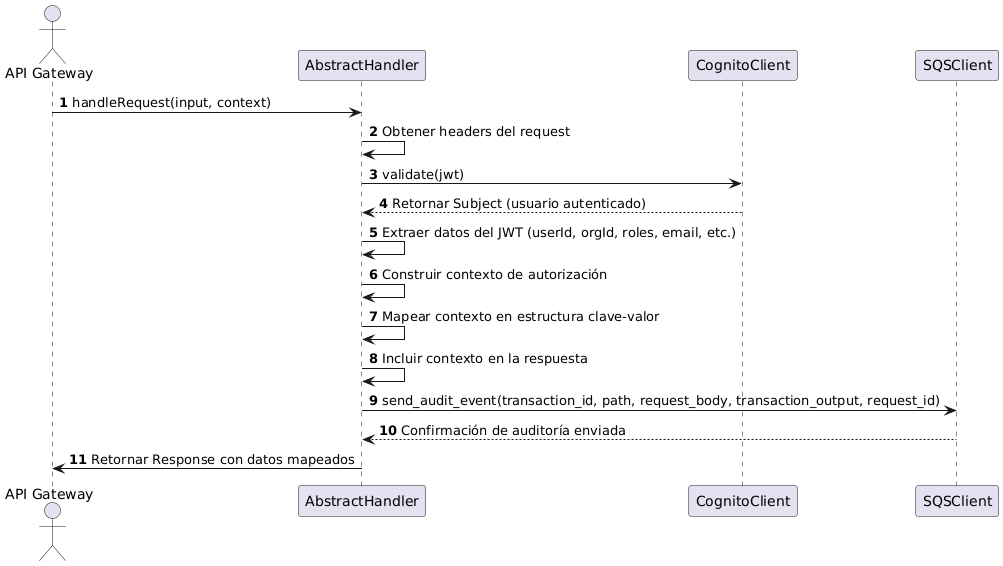
This is plant-uml/authorizer-lambdas/without-avp-roles/lambda-authorizer-handler.png from Jiliar/arch-coto-diagrams, a PlantUML export, as it was before one commit.
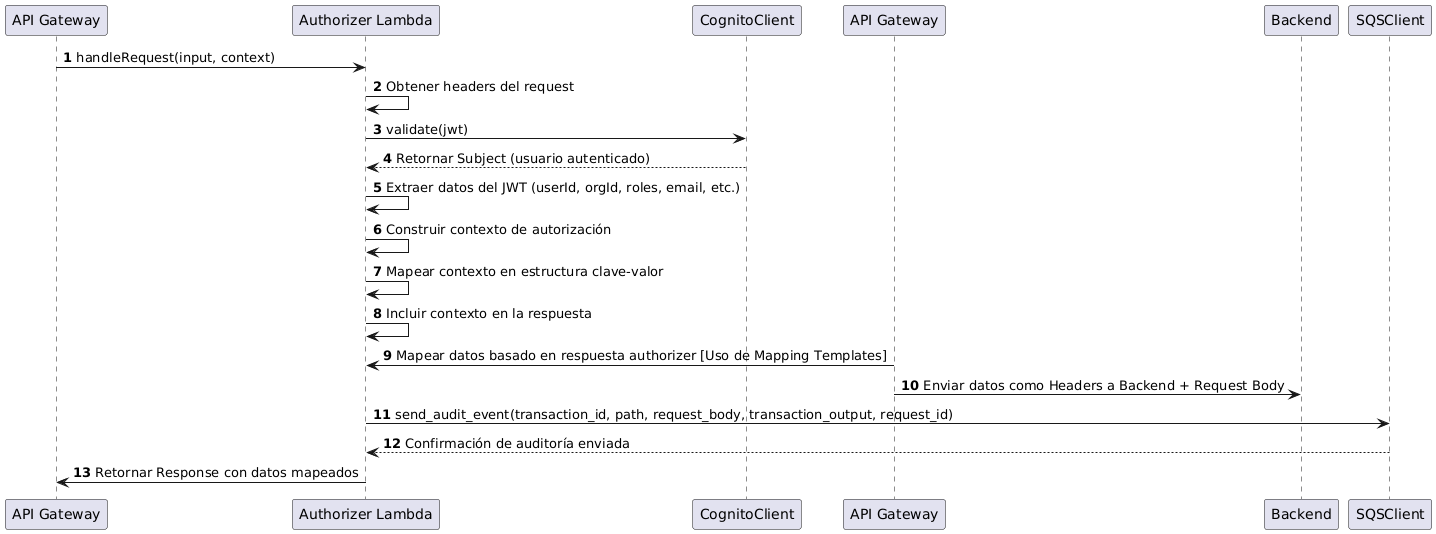
The same diagram one commit later.

Commit message:
adding Authorization High Level Diagram

The edit, as a diff of the source:
```diff
@@ -1,10 +1,13 @@
 @startuml
 autonumber
 
-actor "API Gateway" as API
-participant "AbstractHandler" as Handler
+participant "API Gateway" as API
+participant "Authorizer Lambda" as Handler
 participant "CognitoClient" as Cognito
+participant "API Gateway" as APIGateway
+participant "Backend" as Backend
 participant "SQSClient" as SQS
+
 
 API -> Handler: handleRequest(input, context)
 Handler -> Handler: Obtener headers del request
@@ -15,6 +18,8 @@
 Handler -> Handler: Construir contexto de autorización
 Handler -> Handler: Mapear contexto en estructura clave-valor
 Handler -> Handler: Incluir contexto en la respuesta
+APIGateway -> Handler: Mapear datos basado en respuesta authorizer [Uso de Mapping Templates]
+APIGateway -> Backend: Enviar datos como Headers a Backend + Request Body
 
 Handler -> SQS: send_audit_event(transaction_id, path, request_body, transaction_output, request_id)
 SQS --> Handler: Confirmación de auditoría enviada
```
